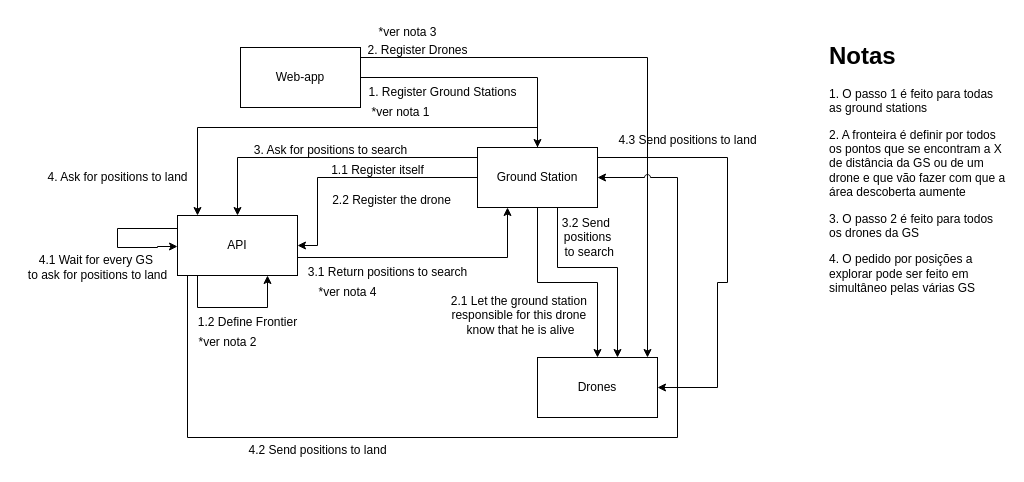
Earlier version of the draw.io diagram page "API" (2 of 2) of ros2.drawio (rfpg1/UML). Source tidied: cells renumbered, new cells numbered last; positions are measured from the earlier drawing's top-left corner, leaving out a move shared by most shapes. Both pictures are drawn from the tidied source at 100%, with x=0, y=0 at pixel (17, 17).
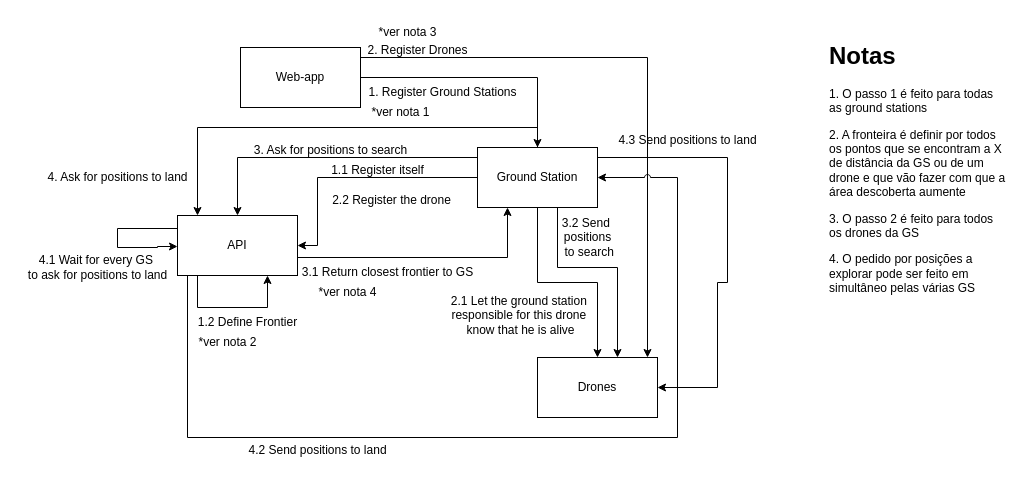
The same diagram, later.

The edit, as a diff of the source:
```diff
@@
-    <mxCell id="28" value="3.1 Return positions to search" style="text;html=1;align=center;verticalAlign=middle;strokeColor=none;fillColor=none;" parent="1" vertex="1">
-      <mxGeometry x="280" y="240" width="180" height="30" as="geometry" />
+    <mxCell id="28" value="3.1 Return closest frontier to GS" style="text;html=1;align=center;verticalAlign=middle;strokeColor=none;fillColor=none;" parent="1" vertex="1">
+      <mxGeometry x="275" y="240" width="190" height="30" as="geometry" />
     </mxCell>
```
